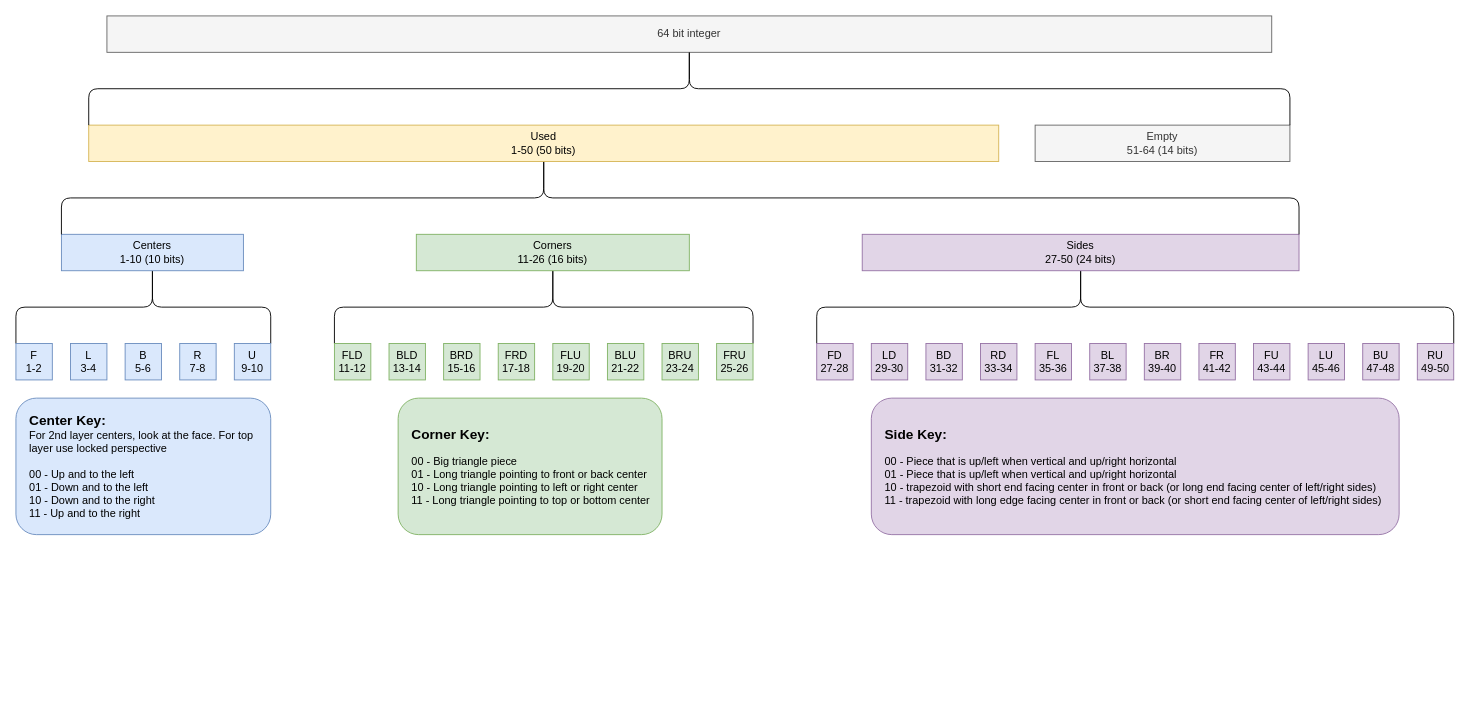
The draw.io diagram Mirror Axis Cube Encoding.drawio in BE-Code/Mirror-Axis-Cube-Solver, before the edit. Source tidied: cells renumbered, new cells numbered last; positions are measured from the earlier drawing's top-left corner, leaving out a move shared by most shapes. Both pictures are drawn from the tidied source at 91%, with x=0, y=0 at pixel (15, 15).
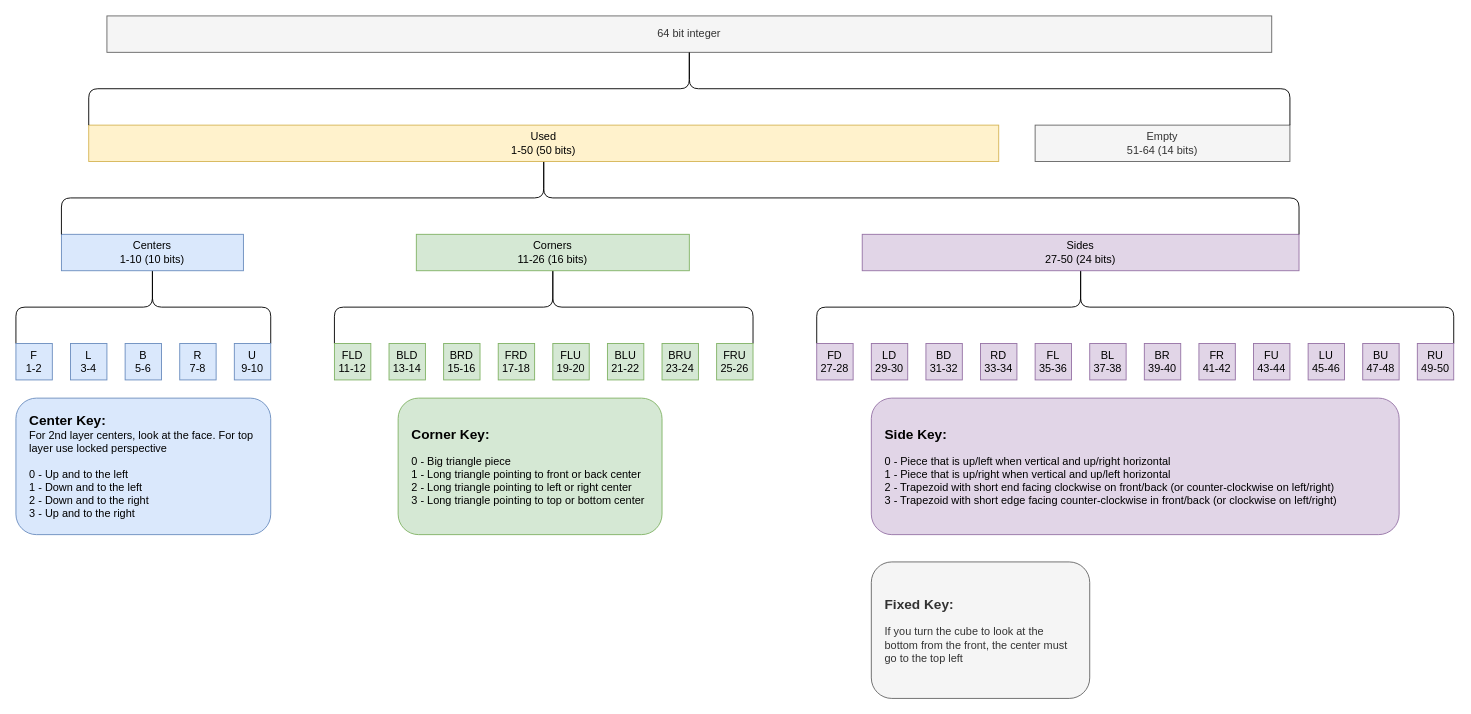
Above is the later version.

Diff of the diagram source:
```diff
@@
-    <mxCell id="43" value="&lt;b&gt;&lt;font style=&quot;font-size: 15px;&quot;&gt;Center Key:&lt;/font&gt;&lt;/b&gt;&lt;div&gt;&lt;div&gt;For 2nd layer centers, look at the face. For top layer use locked perspective&lt;/div&gt;&lt;div&gt;&lt;span style=&quot;background-color: transparent; color: light-dark(rgb(0, 0, 0), rgb(255, 255, 255));&quot;&gt;&lt;br&gt;&lt;/span&gt;&lt;/div&gt;&lt;div&gt;&lt;span style=&quot;background-color: transparent; color: light-dark(rgb(0, 0, 0), rgb(255, 255, 255));&quot;&gt;00 - Up and to the left&lt;/span&gt;&lt;/div&gt;&lt;div&gt;&lt;span style=&quot;background-color: transparent; color: light-dark(rgb(0, 0, 0), rgb(255, 255, 255));&quot;&gt;01 - Down and to the left&lt;/span&gt;&lt;/div&gt;&lt;div&gt;&lt;span style=&quot;background-color: transparent; color: light-dark(rgb(0, 0, 0), rgb(255, 255, 255));&quot;&gt;10 - Down and to the right&lt;/span&gt;&lt;/div&gt;&lt;div&gt;&lt;span style=&quot;background-color: transparent; color: light-dark(rgb(0, 0, 0), rgb(255, 255, 255));&quot;&gt;11 - Up and to the right&lt;/span&gt;&lt;/div&gt;&lt;/div&gt;" style="rounded=1;whiteSpace=wrap;html=1;fillColor=#dae8fc;strokeColor=#6c8ebf;align=left;spacingLeft=0;spacingRight=0;spacing=15;verticalAlign=middle;" parent="1" vertex="1">
+    <mxCell id="43" value="&lt;b&gt;&lt;font style=&quot;font-size: 15px;&quot;&gt;Center Key:&lt;/font&gt;&lt;/b&gt;&lt;div&gt;&lt;div&gt;For 2nd layer centers, look at the face. For top layer use locked perspective&lt;/div&gt;&lt;div&gt;&lt;span style=&quot;background-color: transparent; color: light-dark(rgb(0, 0, 0), rgb(255, 255, 255));&quot;&gt;&lt;br&gt;&lt;/span&gt;&lt;/div&gt;&lt;div&gt;&lt;span style=&quot;background-color: transparent; color: light-dark(rgb(0, 0, 0), rgb(255, 255, 255));&quot;&gt;0 - Up and to the left&lt;/span&gt;&lt;/div&gt;&lt;div&gt;&lt;span style=&quot;background-color: transparent; color: light-dark(rgb(0, 0, 0), rgb(255, 255, 255));&quot;&gt;1 - Down and to the left&lt;/span&gt;&lt;/div&gt;&lt;div&gt;&lt;span style=&quot;background-color: transparent; color: light-dark(rgb(0, 0, 0), rgb(255, 255, 255));&quot;&gt;2 - Down and to the right&lt;/span&gt;&lt;/div&gt;&lt;div&gt;&lt;span style=&quot;background-color: transparent; color: light-dark(rgb(0, 0, 0), rgb(255, 255, 255));&quot;&gt;3 - Up and to the right&lt;/span&gt;&lt;/div&gt;&lt;/div&gt;" style="rounded=1;whiteSpace=wrap;html=1;fillColor=#dae8fc;strokeColor=#6c8ebf;align=left;spacingLeft=0;spacingRight=0;spacing=15;verticalAlign=middle;" parent="1" vertex="1">
       <mxGeometry y="420" width="280" height="150" as="geometry" />
     </mxCell>
-    <mxCell id="44" value="&lt;b&gt;&lt;font style=&quot;font-size: 15px;&quot;&gt;Side Key:&lt;/font&gt;&lt;/b&gt;&lt;div&gt;&lt;div&gt;&lt;span style=&quot;background-color: transparent; color: light-dark(rgb(0, 0, 0), rgb(255, 255, 255));&quot;&gt;&lt;br&gt;&lt;/span&gt;&lt;/div&gt;&lt;div&gt;&lt;span style=&quot;background-color: transparent; color: light-dark(rgb(0, 0, 0), rgb(255, 255, 255));&quot;&gt;00 - Piece that is up/left when vertical and up/right horizontal&lt;/span&gt;&lt;/div&gt;&lt;div&gt;&lt;span style=&quot;background-color: transparent; color: light-dark(rgb(0, 0, 0), rgb(255, 255, 255));&quot;&gt;01 -&amp;nbsp;&lt;/span&gt;&lt;span style=&quot;background-color: transparent; color: light-dark(rgb(0, 0, 0), rgb(255, 255, 255));&quot;&gt;Piece that is up/left when vertical and up/right horizontal&lt;/span&gt;&lt;/div&gt;&lt;div&gt;&lt;span style=&quot;background-color: transparent; color: light-dark(rgb(0, 0, 0), rgb(255, 255, 255));&quot;&gt;10 - trapezoid with short end facing center in front or back (or long end facing center of left/right sides)&lt;/span&gt;&lt;/div&gt;&lt;div&gt;&lt;span style=&quot;background-color: transparent; color: light-dark(rgb(0, 0, 0), rgb(255, 255, 255));&quot;&gt;11 - trapezoid with long edge facing center in front or back&amp;nbsp;&lt;/span&gt;&lt;span style=&quot;background-color: transparent; color: light-dark(rgb(0, 0, 0), rgb(255, 255, 255));&quot;&gt;(or short end facing center of left/right sides)&lt;/span&gt;&lt;/div&gt;&lt;/div&gt;" style="rounded=1;whiteSpace=wrap;html=1;fillColor=#e1d5e7;strokeColor=#9673a6;align=left;spacingLeft=0;spacingRight=0;spacing=15;verticalAlign=middle;" parent="1" vertex="1">
+    <mxCell id="44" value="&lt;b&gt;&lt;font style=&quot;font-size: 15px;&quot;&gt;Side Key:&lt;/font&gt;&lt;/b&gt;&lt;div&gt;&lt;div&gt;&lt;span style=&quot;background-color: transparent; color: light-dark(rgb(0, 0, 0), rgb(255, 255, 255));&quot;&gt;&lt;br&gt;&lt;/span&gt;&lt;/div&gt;&lt;div&gt;&lt;span style=&quot;background-color: transparent; color: light-dark(rgb(0, 0, 0), rgb(255, 255, 255));&quot;&gt;0 - Piece that is up/left when vertical and up/right horizontal&lt;/span&gt;&lt;/div&gt;&lt;div&gt;&lt;span style=&quot;background-color: transparent; color: light-dark(rgb(0, 0, 0), rgb(255, 255, 255));&quot;&gt;1 - &lt;/span&gt;&lt;span style=&quot;background-color: transparent; color: light-dark(rgb(0, 0, 0), rgb(255, 255, 255));&quot;&gt;Piece that is up/right when vertical and up/left horizontal&lt;/span&gt;&lt;/div&gt;&lt;div&gt;&lt;span style=&quot;background-color: transparent; color: light-dark(rgb(0, 0, 0), rgb(255, 255, 255));&quot;&gt;2 - Trapezoid with short end facing clockwise on front/back (or counter-clockwise on left/right)&lt;/span&gt;&lt;/div&gt;&lt;div&gt;&lt;span style=&quot;background-color: transparent; color: light-dark(rgb(0, 0, 0), rgb(255, 255, 255));&quot;&gt;3 - Trapezoid with short edge facing counter-clockwise in front/back&amp;nbsp;&lt;/span&gt;&lt;span style=&quot;background-color: transparent; color: light-dark(rgb(0, 0, 0), rgb(255, 255, 255));&quot;&gt;(or clockwise on left/right)&lt;/span&gt;&lt;/div&gt;&lt;/div&gt;" style="rounded=1;whiteSpace=wrap;html=1;fillColor=#e1d5e7;strokeColor=#9673a6;align=left;spacingLeft=0;spacingRight=0;spacing=15;verticalAlign=middle;" parent="1" vertex="1">
       <mxGeometry x="940" y="420" width="580" height="150" as="geometry" />
     </mxCell>
-    <mxCell id="45" value="&lt;b&gt;&lt;font style=&quot;font-size: 15px;&quot;&gt;Corner Key:&lt;/font&gt;&lt;/b&gt;&lt;div&gt;&lt;div&gt;&lt;span style=&quot;background-color: transparent; color: light-dark(rgb(0, 0, 0), rgb(255, 255, 255));&quot;&gt;&lt;br&gt;&lt;/span&gt;&lt;/div&gt;&lt;div&gt;&lt;span style=&quot;background-color: transparent; color: light-dark(rgb(0, 0, 0), rgb(255, 255, 255));&quot;&gt;00 - Big triangle piece&lt;/span&gt;&lt;/div&gt;&lt;div&gt;&lt;span style=&quot;background-color: transparent; color: light-dark(rgb(0, 0, 0), rgb(255, 255, 255));&quot;&gt;01 - Long triangle pointing to front or back center&lt;/span&gt;&lt;/div&gt;&lt;div&gt;&lt;span style=&quot;background-color: transparent; color: light-dark(rgb(0, 0, 0), rgb(255, 255, 255));&quot;&gt;10 -&amp;nbsp;&lt;/span&gt;Long triangle pointing&lt;span style=&quot;background-color: transparent; color: light-dark(rgb(0, 0, 0), rgb(255, 255, 255));&quot;&gt;&amp;nbsp;to left or right center&lt;/span&gt;&lt;/div&gt;&lt;div&gt;&lt;span style=&quot;background-color: transparent; color: light-dark(rgb(0, 0, 0), rgb(255, 255, 255));&quot;&gt;11 -&amp;nbsp;&lt;/span&gt;Long triangle pointing&lt;span style=&quot;background-color: transparent; color: light-dark(rgb(0, 0, 0), rgb(255, 255, 255));&quot;&gt;&amp;nbsp;to top or bottom center&lt;/span&gt;&lt;/div&gt;&lt;/div&gt;" style="rounded=1;whiteSpace=wrap;html=1;fillColor=#d5e8d4;strokeColor=#82b366;align=left;spacingLeft=0;spacingRight=0;spacing=15;verticalAlign=middle;" parent="1" vertex="1">
+    <mxCell id="45" value="&lt;b&gt;&lt;font style=&quot;font-size: 15px;&quot;&gt;Corner Key:&lt;/font&gt;&lt;/b&gt;&lt;div&gt;&lt;div&gt;&lt;span style=&quot;background-color: transparent; color: light-dark(rgb(0, 0, 0), rgb(255, 255, 255));&quot;&gt;&lt;br&gt;&lt;/span&gt;&lt;/div&gt;&lt;div&gt;&lt;span style=&quot;background-color: transparent; color: light-dark(rgb(0, 0, 0), rgb(255, 255, 255));&quot;&gt;0 - Big triangle piece&lt;/span&gt;&lt;/div&gt;&lt;div&gt;&lt;span style=&quot;background-color: transparent; color: light-dark(rgb(0, 0, 0), rgb(255, 255, 255));&quot;&gt;1 - Long triangle pointing to front or back center&lt;/span&gt;&lt;/div&gt;&lt;div&gt;&lt;span style=&quot;background-color: transparent; color: light-dark(rgb(0, 0, 0), rgb(255, 255, 255));&quot;&gt;2 -&amp;nbsp;&lt;/span&gt;Long triangle pointing&lt;span style=&quot;background-color: transparent; color: light-dark(rgb(0, 0, 0), rgb(255, 255, 255));&quot;&gt;&amp;nbsp;to left or right center&lt;/span&gt;&lt;/div&gt;&lt;div&gt;&lt;span style=&quot;background-color: transparent; color: light-dark(rgb(0, 0, 0), rgb(255, 255, 255));&quot;&gt;3 -&amp;nbsp;&lt;/span&gt;Long triangle pointing&lt;span style=&quot;background-color: transparent; color: light-dark(rgb(0, 0, 0), rgb(255, 255, 255));&quot;&gt;&amp;nbsp;to top or bottom center&lt;/span&gt;&lt;/div&gt;&lt;/div&gt;" style="rounded=1;whiteSpace=wrap;html=1;fillColor=#d5e8d4;strokeColor=#82b366;align=left;spacingLeft=0;spacingRight=0;spacing=15;verticalAlign=middle;" parent="1" vertex="1">
       <mxGeometry x="420" y="420" width="290" height="150" as="geometry" />
     </mxCell>
+    <mxCell id="46" value="&lt;b&gt;&lt;font style=&quot;font-size: 15px;&quot;&gt;Fixed Key:&lt;/font&gt;&lt;/b&gt;&lt;div&gt;&lt;br&gt;&lt;/div&gt;&lt;div&gt;If you turn the cube to look at the bottom from the front, the center must go to the top left&lt;/div&gt;" style="rounded=1;whiteSpace=wrap;html=1;align=left;spacingLeft=0;spacingRight=0;spacing=15;verticalAlign=middle;fillColor=#f5f5f5;fontColor=#333333;strokeColor=#666666;" parent="1" vertex="1">
+      <mxGeometry x="940" y="600" width="240" height="150" as="geometry" />
+    </mxCell>
```
